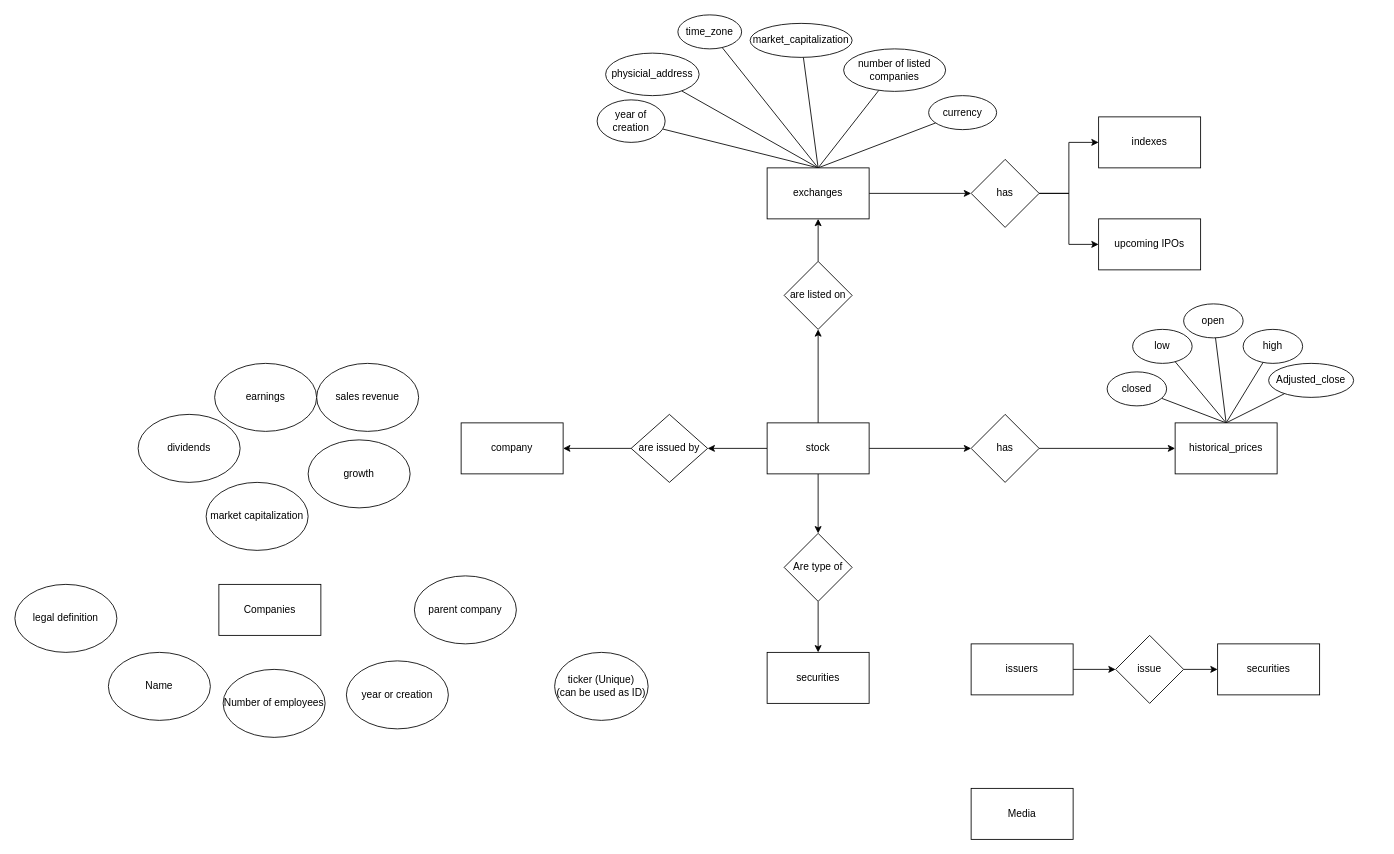
The draw.io diagram page "Conceptual Model" (1 of 3) of engineering_design/Entity-Relationship Diagram.drawio in tobiedesgreniers/training, before the edit. Source tidied: cells renumbered, new cells numbered last; positions are measured from the earlier drawing's top-left corner, leaving out a move shared by most shapes. Both pictures are drawn from the tidied source at 85%, with x=0, y=0 at pixel (14, 14).
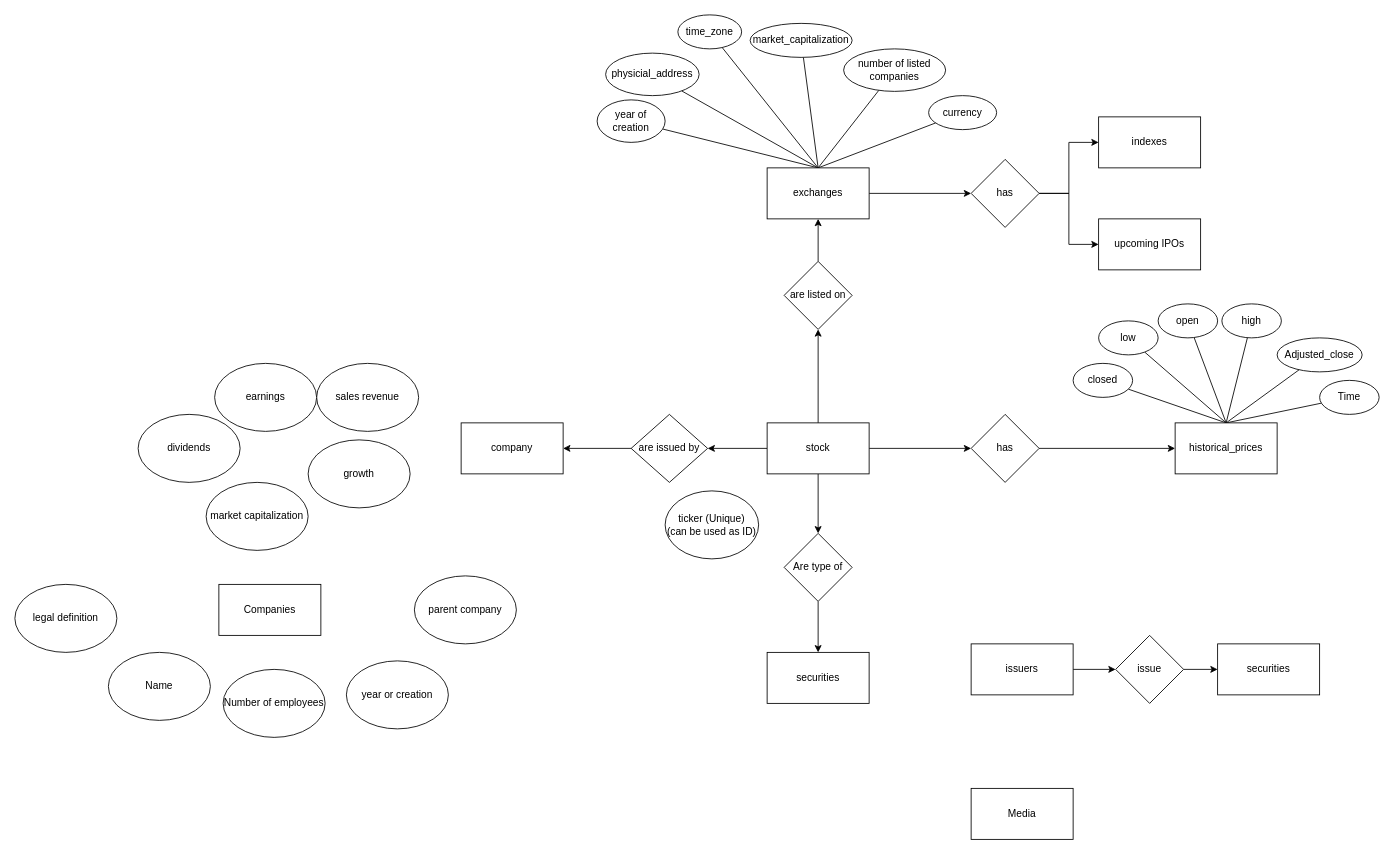
After the change.

Commit message (it also covers changes not shown here):
data modelling schemas

Unchanged cells that the change refers to:
```xml
<mxCell id="25" value="historical_prices" style="rounded=0;whiteSpace=wrap;html=1;" parent="1" vertex="1">
  <mxGeometry x="1365" y="480" width="120" height="60" as="geometry" />
</mxCell>
```

Diff of the diagram source:
```diff
@@
     <mxCell id="7" value="ticker (Unique)&lt;br&gt;(can be used as ID)" style="ellipse;whiteSpace=wrap;html=1;" parent="1" vertex="1">
-      <mxGeometry x="635" y="750" width="110" height="80" as="geometry" />
+      <mxGeometry x="765" y="560" width="110" height="80" as="geometry" />
     </mxCell>
@@
+    <mxCell id="65" style="rounded=0;jettySize=auto;html=1;exitX=0.5;exitY=0;exitDx=0;exitDy=0;startArrow=none;startFill=0;endArrow=none;endFill=0;" parent="1" edge="1" source="25" target="66">
+      <mxGeometry relative="1" as="geometry" />
+    </mxCell>
@@
     <mxCell id="28" value="high" style="ellipse;whiteSpace=wrap;html=1;" parent="1" vertex="1">
-      <mxGeometry x="1445" y="370" width="70" height="40" as="geometry" />
+      <mxGeometry x="1420" y="340" width="70" height="40" as="geometry" />
     </mxCell>
     <mxCell id="29" value="open" style="ellipse;whiteSpace=wrap;html=1;" parent="1" vertex="1">
-      <mxGeometry x="1375" y="340" width="70" height="40" as="geometry" />
+      <mxGeometry x="1345" y="340" width="70" height="40" as="geometry" />
     </mxCell>
     <mxCell id="30" value="Adjusted_close" style="ellipse;whiteSpace=wrap;html=1;" parent="1" vertex="1">
-      <mxGeometry x="1475" y="410" width="100" height="40" as="geometry" />
+      <mxGeometry x="1485" y="380" width="100" height="40" as="geometry" />
     </mxCell>
     <mxCell id="31" value="low" style="ellipse;whiteSpace=wrap;html=1;" parent="1" vertex="1">
-      <mxGeometry x="1315" y="370" width="70" height="40" as="geometry" />
+      <mxGeometry x="1275" y="360" width="70" height="40" as="geometry" />
     </mxCell>
     <mxCell id="32" value="closed" style="ellipse;whiteSpace=wrap;html=1;" parent="1" vertex="1">
-      <mxGeometry x="1285" y="420" width="70" height="40" as="geometry" />
+      <mxGeometry x="1245" y="410" width="70" height="40" as="geometry" />
     </mxCell>
@@
+    <mxCell id="66" value="Time" style="ellipse;whiteSpace=wrap;html=1;" parent="1" vertex="1">
+      <mxGeometry x="1535" y="430" width="70" height="40" as="geometry" />
+    </mxCell>
```
